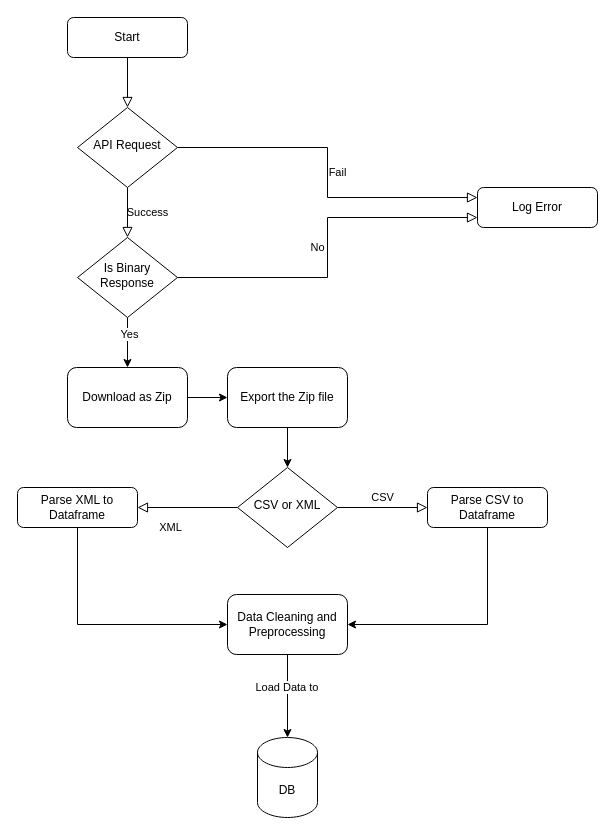
Before: Market_Vendor_Py.drawio in gurudevkumar51/My-files, a draw.io diagram. Source tidied: cells renumbered, new cells numbered last; positions are measured from the earlier drawing's top-left corner, leaving out a move shared by most shapes. Both pictures are drawn from the tidied source at 100%, with x=0, y=0 at pixel (17, 17).
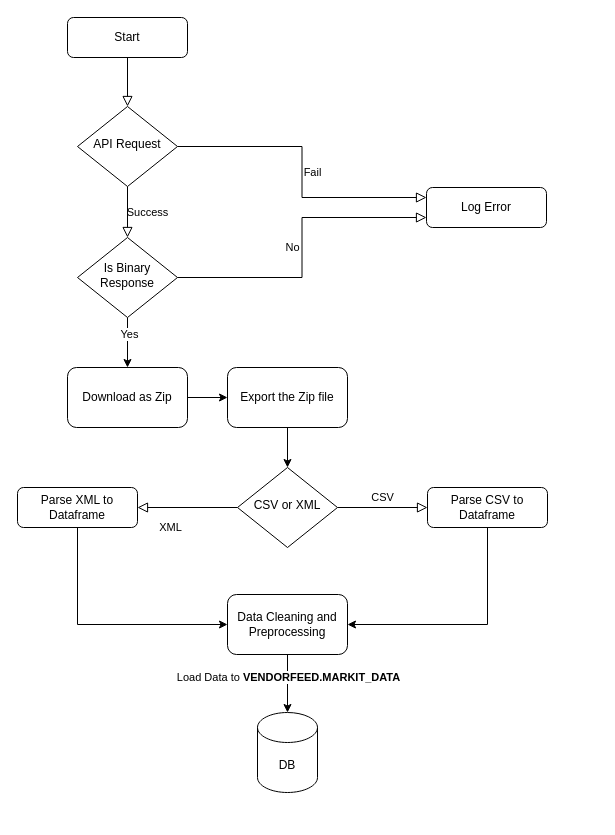
The same page after the edit.

The change refers to these unchanged cells:
```xml
<mxCell id="25" style="edgeStyle=orthogonalEdgeStyle;rounded=0;jettySize=auto;html=1;entryX=0.5;entryY=0;entryDx=0;entryDy=0;entryPerimeter=0;" parent="1" edge="1" source="23" target="24">
  <mxGeometry relative="1" as="geometry" />
</mxCell>
```

The edit, as a diff of the source:
```diff
@@
     <mxCell id="6" value="API Request" style="rhombus;whiteSpace=wrap;html=1;shadow=0;fontFamily=Helvetica;fontSize=12;align=center;strokeWidth=1;spacing=6;spacingTop=-4;" parent="1" vertex="1">
-      <mxGeometry x="60" y="90" width="100" height="80" as="geometry" />
+      <mxGeometry x="60" y="89" width="100" height="80" as="geometry" />
     </mxCell>
     <mxCell id="7" value="Log Error" style="rounded=1;whiteSpace=wrap;html=1;fontSize=12;glass=0;strokeWidth=1;shadow=0;" parent="1" vertex="1">
-      <mxGeometry x="460" y="170" width="120" height="40" as="geometry" />
+      <mxGeometry x="409" y="170" width="120" height="40" as="geometry" />
     </mxCell>
@@
     <mxCell id="24" value="DB" style="shape=cylinder3;whiteSpace=wrap;html=1;boundedLbl=1;backgroundOutline=1;size=15;" parent="1" vertex="1">
-      <mxGeometry x="240" y="720" width="60" height="80" as="geometry" />
+      <mxGeometry x="240" y="695" width="60" height="80" as="geometry" />
     </mxCell>
@@
-    <mxCell id="26" value="Load Data to&amp;nbsp;" style="edgeLabel;html=1;align=center;verticalAlign=middle;" parent="25" vertex="1">
+    <mxCell id="26" value="Load Data to &lt;b&gt;VENDORFEED.MARKIT_DATA&lt;/b&gt;" style="edgeLabel;html=1;align=center;verticalAlign=middle;" parent="25" vertex="1">
       <mxGeometry x="-0.23" relative="1" as="geometry" />
     </mxCell>
```
